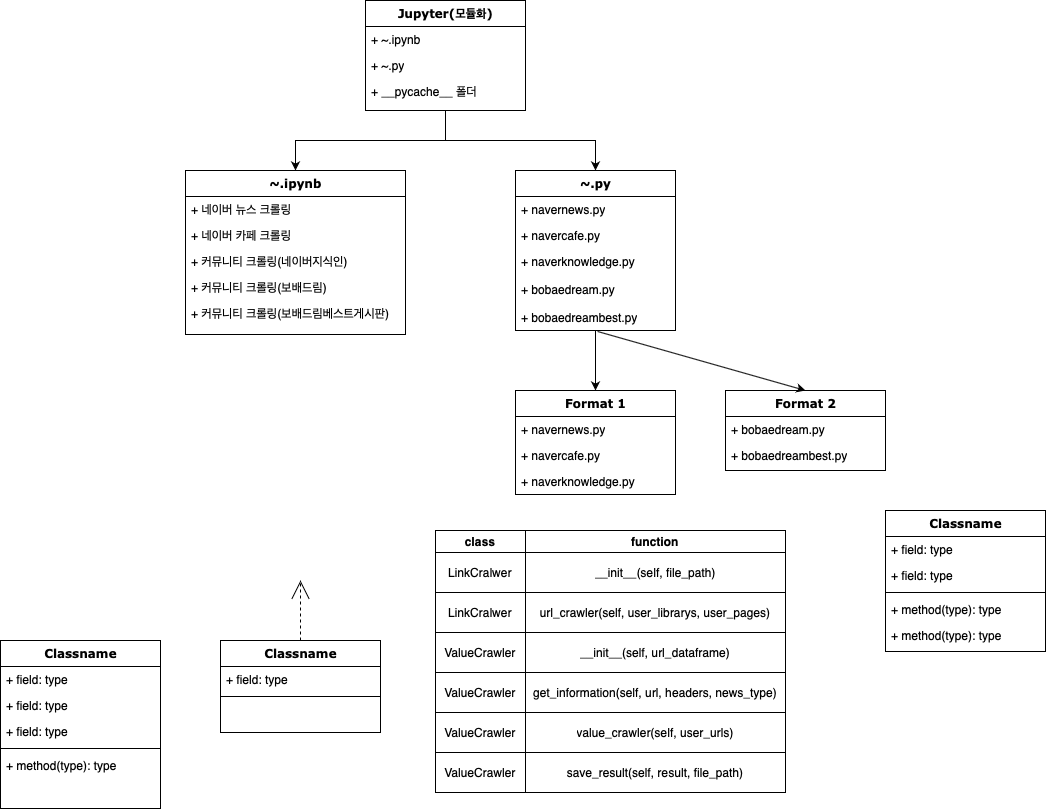
jinwooahnKHU/CrawlingStudy keeps this draw.io diagram as crawling_module_guideline.png. Above is the earlier version. Source tidied: cells renumbered, new cells last; positions are measured from the earlier drawing's top-left corner, leaving out a move shared by most shapes. Source of this version:
```xml
<mxGraphModel>
  <root>
    <mxCell id="0" />
    <mxCell id="1" parent="0" />
    <mxCell id="2" value="Classname" style="swimlane;html=1;fontStyle=1;align=center;verticalAlign=top;horizontal=1;startSize=26;swimlaneFillColor=#ffffff;rounded=0;shadow=0;comic=0;labelBackgroundColor=none;strokeWidth=1;fillColor=none;fontFamily=Verdana;fontSize=12;" parent="1" vertex="1">
      <mxGeometry y="640" width="160" height="168" as="geometry" />
    </mxCell>
    <mxCell id="3" value="+ field: type" style="text;html=1;strokeColor=none;fillColor=none;align=left;verticalAlign=top;spacingLeft=4;spacingRight=4;whiteSpace=wrap;overflow=hidden;" parent="2" vertex="1">
      <mxGeometry y="26" width="160" height="26" as="geometry" />
    </mxCell>
    <mxCell id="4" value="+ field: type" style="text;html=1;strokeColor=none;fillColor=none;align=left;verticalAlign=top;spacingLeft=4;spacingRight=4;whiteSpace=wrap;overflow=hidden;" parent="2" vertex="1">
      <mxGeometry y="52" width="160" height="26" as="geometry" />
    </mxCell>
    <mxCell id="5" value="+ field: type" style="text;html=1;strokeColor=none;fillColor=none;align=left;verticalAlign=top;spacingLeft=4;spacingRight=4;whiteSpace=wrap;overflow=hidden;" parent="2" vertex="1">
      <mxGeometry y="78" width="160" height="26" as="geometry" />
    </mxCell>
    <mxCell id="6" style="line;html=1;strokeWidth=1;fillColor=none;align=left;verticalAlign=middle;spacingTop=-1;spacingLeft=3;spacingRight=3;labelPosition=right;" parent="2" vertex="1">
      <mxGeometry y="104" width="160" height="8" as="geometry" />
    </mxCell>
    <mxCell id="7" value="+ method(type): type" style="text;html=1;strokeColor=none;fillColor=none;align=left;verticalAlign=top;spacingLeft=4;spacingRight=4;whiteSpace=wrap;overflow=hidden;" parent="2" vertex="1">
      <mxGeometry y="112" width="160" height="26" as="geometry" />
    </mxCell>
    <mxCell id="8" value="~.ipynb" style="swimlane;html=1;fontStyle=1;align=center;verticalAlign=top;horizontal=1;startSize=26;swimlaneFillColor=#ffffff;rounded=0;shadow=0;comic=0;labelBackgroundColor=none;strokeWidth=1;fillColor=none;fontFamily=Verdana;fontSize=12;" parent="1" vertex="1">
      <mxGeometry x="185" y="170" width="220" height="164" as="geometry" />
    </mxCell>
    <mxCell id="9" value="+ 네이버 뉴스 크롤링" style="text;html=1;strokeColor=none;fillColor=none;align=left;verticalAlign=top;spacingLeft=4;spacingRight=4;whiteSpace=wrap;overflow=hidden;" parent="8" vertex="1">
      <mxGeometry y="26" width="220" height="26" as="geometry" />
    </mxCell>
    <mxCell id="10" value="+ 네이버 카페 크롤링" style="text;html=1;strokeColor=none;fillColor=none;align=left;verticalAlign=top;spacingLeft=4;spacingRight=4;whiteSpace=wrap;overflow=hidden;" parent="8" vertex="1">
      <mxGeometry y="52" width="220" height="26" as="geometry" />
    </mxCell>
    <mxCell id="11" value="+ 커뮤니티 크롤링(네이버지식인)" style="text;html=1;strokeColor=none;fillColor=none;align=left;verticalAlign=top;spacingLeft=4;spacingRight=4;whiteSpace=wrap;overflow=hidden;" parent="8" vertex="1">
      <mxGeometry y="78" width="220" height="26" as="geometry" />
    </mxCell>
    <mxCell id="12" value="+ 커뮤니티 크롤링(보배드림)" style="text;html=1;strokeColor=none;fillColor=none;align=left;verticalAlign=top;spacingLeft=4;spacingRight=4;whiteSpace=wrap;overflow=hidden;" parent="8" vertex="1">
      <mxGeometry y="104" width="220" height="26" as="geometry" />
    </mxCell>
    <mxCell id="13" value="+ 커뮤니티 크롤링(보배드림베스트게시판)" style="text;html=1;strokeColor=none;fillColor=none;align=left;verticalAlign=top;spacingLeft=4;spacingRight=4;whiteSpace=wrap;overflow=hidden;" parent="8" vertex="1">
      <mxGeometry y="130" width="220" height="26" as="geometry" />
    </mxCell>
    <mxCell id="14" style="edgeStyle=orthogonalEdgeStyle;rounded=0;html=1;dashed=1;labelBackgroundColor=none;startArrow=none;startFill=0;startSize=8;endArrow=open;endFill=0;endSize=16;fontFamily=Verdana;fontSize=12;" parent="1" edge="1" source="15">
      <mxGeometry relative="1" as="geometry">
        <mxPoint x="300" y="580" as="targetPoint" />
      </mxGeometry>
    </mxCell>
    <mxCell id="15" value="Classname" style="swimlane;html=1;fontStyle=1;align=center;verticalAlign=top;horizontal=1;startSize=26;swimlaneFillColor=#ffffff;rounded=0;shadow=0;comic=0;labelBackgroundColor=none;strokeWidth=1;fillColor=none;fontFamily=Verdana;fontSize=12;" parent="1" vertex="1">
      <mxGeometry x="220" y="640" width="160" height="92" as="geometry" />
    </mxCell>
    <mxCell id="16" value="+ field: type" style="text;html=1;strokeColor=none;fillColor=none;align=left;verticalAlign=top;spacingLeft=4;spacingRight=4;whiteSpace=wrap;overflow=hidden;" parent="15" vertex="1">
      <mxGeometry y="26" width="160" height="26" as="geometry" />
    </mxCell>
    <mxCell id="17" style="line;html=1;strokeWidth=1;fillColor=none;align=left;verticalAlign=middle;spacingTop=-1;spacingLeft=3;spacingRight=3;labelPosition=right;" parent="15" vertex="1">
      <mxGeometry y="52" width="160" height="8" as="geometry" />
    </mxCell>
    <mxCell id="18" value="Classname" style="swimlane;html=1;fontStyle=1;align=center;verticalAlign=top;horizontal=1;startSize=26;swimlaneFillColor=#ffffff;rounded=0;shadow=0;comic=0;labelBackgroundColor=none;strokeWidth=1;fillColor=none;fontFamily=Verdana;fontSize=12;" parent="1" vertex="1">
      <mxGeometry x="885" y="510" width="160" height="141" as="geometry" />
    </mxCell>
    <mxCell id="19" value="+ field: type" style="text;html=1;strokeColor=none;fillColor=none;align=left;verticalAlign=top;spacingLeft=4;spacingRight=4;whiteSpace=wrap;overflow=hidden;" parent="18" vertex="1">
      <mxGeometry y="26" width="160" height="26" as="geometry" />
    </mxCell>
    <mxCell id="20" value="+ field: type" style="text;html=1;strokeColor=none;fillColor=none;align=left;verticalAlign=top;spacingLeft=4;spacingRight=4;whiteSpace=wrap;overflow=hidden;" parent="18" vertex="1">
      <mxGeometry y="52" width="160" height="26" as="geometry" />
    </mxCell>
    <mxCell id="21" style="line;html=1;strokeWidth=1;fillColor=none;align=left;verticalAlign=middle;spacingTop=-1;spacingLeft=3;spacingRight=3;labelPosition=right;" parent="18" vertex="1">
      <mxGeometry y="78" width="160" height="8" as="geometry" />
    </mxCell>
    <mxCell id="22" value="+ method(type): type" style="text;html=1;strokeColor=none;fillColor=none;align=left;verticalAlign=top;spacingLeft=4;spacingRight=4;whiteSpace=wrap;overflow=hidden;" parent="18" vertex="1">
      <mxGeometry y="86" width="160" height="26" as="geometry" />
    </mxCell>
    <mxCell id="23" value="+ method(type): type" style="text;html=1;strokeColor=none;fillColor=none;align=left;verticalAlign=top;spacingLeft=4;spacingRight=4;whiteSpace=wrap;overflow=hidden;" parent="18" vertex="1">
      <mxGeometry y="112" width="160" height="26" as="geometry" />
    </mxCell>
    <mxCell id="24" value="Format 1" style="swimlane;html=1;fontStyle=1;align=center;verticalAlign=top;horizontal=1;startSize=26;swimlaneFillColor=#ffffff;rounded=0;shadow=0;comic=0;labelBackgroundColor=none;strokeWidth=1;fillColor=none;fontFamily=Verdana;fontSize=12;" parent="1" vertex="1">
      <mxGeometry x="515" y="390" width="160" height="104" as="geometry" />
    </mxCell>
    <mxCell id="25" value="+ navernews.py" style="text;html=1;strokeColor=none;fillColor=none;align=left;verticalAlign=top;spacingLeft=4;spacingRight=4;whiteSpace=wrap;overflow=hidden;" parent="24" vertex="1">
      <mxGeometry y="26" width="160" height="26" as="geometry" />
    </mxCell>
    <mxCell id="26" value="+ navercafe.py&lt;br&gt;&lt;br&gt;" style="text;html=1;strokeColor=none;fillColor=none;align=left;verticalAlign=top;spacingLeft=4;spacingRight=4;whiteSpace=wrap;overflow=hidden;" parent="24" vertex="1">
      <mxGeometry y="52" width="160" height="26" as="geometry" />
    </mxCell>
    <mxCell id="27" value="+ naverknowledge.py" style="text;html=1;strokeColor=none;fillColor=none;align=left;verticalAlign=top;spacingLeft=4;spacingRight=4;whiteSpace=wrap;overflow=hidden;" parent="24" vertex="1">
      <mxGeometry y="78" width="160" height="26" as="geometry" />
    </mxCell>
    <mxCell id="28" value="~.py" style="swimlane;html=1;fontStyle=1;align=center;verticalAlign=top;horizontal=1;startSize=26;swimlaneFillColor=#ffffff;rounded=0;shadow=0;comic=0;labelBackgroundColor=none;strokeWidth=1;fillColor=none;fontFamily=Verdana;fontSize=12;" parent="1" vertex="1">
      <mxGeometry x="515" y="170" width="160" height="160" as="geometry" />
    </mxCell>
    <mxCell id="29" value="+ navernews.py" style="text;html=1;strokeColor=none;fillColor=none;align=left;verticalAlign=top;spacingLeft=4;spacingRight=4;whiteSpace=wrap;overflow=hidden;" parent="28" vertex="1">
      <mxGeometry y="26" width="160" height="26" as="geometry" />
    </mxCell>
    <mxCell id="30" value="+ navercafe.py&lt;br&gt;" style="text;html=1;strokeColor=none;fillColor=none;align=left;verticalAlign=top;spacingLeft=4;spacingRight=4;whiteSpace=wrap;overflow=hidden;" parent="28" vertex="1">
      <mxGeometry y="52" width="160" height="26" as="geometry" />
    </mxCell>
    <mxCell id="31" value="+ naverknowledge.py&lt;br&gt;&lt;br&gt;+ bobaedream.py&lt;br&gt;&lt;br&gt;+ bobaedreambest.py" style="text;html=1;strokeColor=none;fillColor=none;align=left;verticalAlign=top;spacingLeft=4;spacingRight=4;whiteSpace=wrap;overflow=hidden;points=[[0,0.5],[1,0.5]];portConstraint=eastwest;" parent="28" vertex="1">
      <mxGeometry y="78" width="160" height="82" as="geometry" />
    </mxCell>
    <mxCell id="32" style="edgeStyle=orthogonalEdgeStyle;rounded=0;jettySize=auto;html=1;exitX=0.5;exitY=1;exitDx=0;exitDy=0;entryX=0.5;entryY=0;entryDx=0;entryDy=0;" parent="1" edge="1" source="34" target="8">
      <mxGeometry relative="1" as="geometry" />
    </mxCell>
    <mxCell id="33" style="edgeStyle=orthogonalEdgeStyle;rounded=0;jettySize=auto;html=1;exitX=0.5;exitY=1;exitDx=0;exitDy=0;entryX=0.5;entryY=0;entryDx=0;entryDy=0;" parent="1" edge="1" source="34" target="28">
      <mxGeometry relative="1" as="geometry" />
    </mxCell>
    <mxCell id="34" value="&lt;span style=&quot;background-color: rgb(255 , 255 , 255)&quot;&gt;Jupyter(모듈화)&lt;/span&gt;" style="swimlane;html=1;fontStyle=1;align=center;verticalAlign=top;horizontal=1;startSize=26;swimlaneFillColor=#ffffff;rounded=0;shadow=0;comic=0;labelBackgroundColor=none;strokeWidth=1;fillColor=none;fontFamily=Verdana;fontSize=12;" parent="1" vertex="1">
      <mxGeometry x="365" width="160" height="110" as="geometry" />
    </mxCell>
    <mxCell id="35" value="+ ~.ipynb" style="text;html=1;strokeColor=none;fillColor=none;align=left;verticalAlign=top;spacingLeft=4;spacingRight=4;whiteSpace=wrap;overflow=hidden;" parent="34" vertex="1">
      <mxGeometry y="26" width="160" height="26" as="geometry" />
    </mxCell>
    <mxCell id="36" value="+ ~.py" style="text;html=1;strokeColor=none;fillColor=none;align=left;verticalAlign=top;spacingLeft=4;spacingRight=4;whiteSpace=wrap;overflow=hidden;" parent="34" vertex="1">
      <mxGeometry y="52" width="160" height="26" as="geometry" />
    </mxCell>
    <mxCell id="37" value="+ __pycache__ 폴더" style="text;html=1;strokeColor=none;fillColor=none;align=left;verticalAlign=top;spacingLeft=4;spacingRight=4;whiteSpace=wrap;overflow=hidden;" parent="34" vertex="1">
      <mxGeometry y="78" width="160" height="26" as="geometry" />
    </mxCell>
    <mxCell id="38" value="Format 2" style="swimlane;html=1;fontStyle=1;align=center;verticalAlign=top;horizontal=1;startSize=26;swimlaneFillColor=#ffffff;rounded=0;shadow=0;comic=0;labelBackgroundColor=none;strokeWidth=1;fillColor=none;fontFamily=Verdana;fontSize=12;" parent="1" vertex="1">
      <mxGeometry x="725" y="390" width="160" height="80" as="geometry" />
    </mxCell>
    <mxCell id="39" value="+ bobaedream.py" style="text;html=1;strokeColor=none;fillColor=none;align=left;verticalAlign=top;spacingLeft=4;spacingRight=4;whiteSpace=wrap;overflow=hidden;" parent="38" vertex="1">
      <mxGeometry y="26" width="160" height="26" as="geometry" />
    </mxCell>
    <mxCell id="40" value="+&amp;nbsp;bobaedreambest.py" style="text;html=1;strokeColor=none;fillColor=none;align=left;verticalAlign=top;spacingLeft=4;spacingRight=4;whiteSpace=wrap;overflow=hidden;" parent="38" vertex="1">
      <mxGeometry y="52" width="160" height="26" as="geometry" />
    </mxCell>
    <mxCell id="41" style="endArrow=classic;html=1;entryX=0.5;entryY=0;entryDx=0;entryDy=0;" parent="1" edge="1" target="24">
      <mxGeometry relative="1" as="geometry">
        <mxPoint x="595" y="330" as="sourcePoint" />
      </mxGeometry>
    </mxCell>
    <mxCell id="42" style="endArrow=classic;html=1;entryX=0.5;entryY=0;entryDx=0;entryDy=0;exitX=0.513;exitY=1.012;exitDx=0;exitDy=0;exitPerimeter=0;" parent="1" edge="1" source="31" target="38">
      <mxGeometry relative="1" as="geometry" />
    </mxCell>
    <mxCell id="43" style="shape=table;startSize=0;" parent="1" vertex="1">
      <mxGeometry x="435" y="530" width="350" height="262" as="geometry" />
    </mxCell>
    <mxCell id="44" style="shape=partialRectangle;fillColor=none;top=0;left=0;bottom=0;right=0;" parent="43" vertex="1">
      <mxGeometry width="350" height="22" as="geometry" />
    </mxCell>
    <mxCell id="45" value="&lt;b&gt;class&lt;/b&gt;" style="shape=partialRectangle;html=1;whiteSpace=wrap;overflow=hidden;fillColor=none;top=0;left=0;bottom=0;right=0;" parent="44" vertex="1">
      <mxGeometry width="90" height="22" as="geometry" />
    </mxCell>
    <mxCell id="46" value="&lt;b&gt;function&lt;/b&gt;" style="shape=partialRectangle;html=1;whiteSpace=wrap;overflow=hidden;fillColor=none;top=0;left=0;bottom=0;right=0;" parent="44" vertex="1">
      <mxGeometry x="90" width="260" height="22" as="geometry" />
    </mxCell>
    <mxCell id="47" style="shape=partialRectangle;fillColor=none;top=0;left=0;bottom=0;right=0;" parent="43" vertex="1">
      <mxGeometry y="22" width="350" height="40" as="geometry" />
    </mxCell>
    <mxCell id="48" value="LinkCralwer" style="shape=partialRectangle;html=1;whiteSpace=wrap;overflow=hidden;fillColor=none;top=0;left=0;bottom=0;right=0;" parent="47" vertex="1">
      <mxGeometry width="90" height="40" as="geometry" />
    </mxCell>
    <mxCell id="49" value="__init__(self, file_path)" style="shape=partialRectangle;html=1;whiteSpace=wrap;overflow=hidden;fillColor=none;top=0;left=0;bottom=0;right=0;" parent="47" vertex="1">
      <mxGeometry x="90" width="260" height="40" as="geometry" />
    </mxCell>
    <mxCell id="50" style="shape=partialRectangle;fillColor=none;top=0;left=0;bottom=0;right=0;" parent="43" vertex="1">
      <mxGeometry y="62" width="350" height="40" as="geometry" />
    </mxCell>
    <mxCell id="51" value="LinkCralwer" style="shape=partialRectangle;html=1;whiteSpace=wrap;overflow=hidden;fillColor=none;top=0;left=0;bottom=0;right=0;" parent="50" vertex="1">
      <mxGeometry width="90" height="40" as="geometry" />
    </mxCell>
    <mxCell id="52" value="url_crawler(self, user_librarys, user_pages)" style="shape=partialRectangle;html=1;whiteSpace=wrap;overflow=hidden;fillColor=none;top=0;left=0;bottom=0;right=0;" parent="50" vertex="1">
      <mxGeometry x="90" width="260" height="40" as="geometry" />
    </mxCell>
    <mxCell id="53" style="shape=partialRectangle;fillColor=none;top=0;left=0;bottom=0;right=0;" parent="43" vertex="1">
      <mxGeometry y="102" width="350" height="40" as="geometry" />
    </mxCell>
    <mxCell id="54" value="ValueCrawler" style="shape=partialRectangle;html=1;whiteSpace=wrap;overflow=hidden;fillColor=none;top=0;left=0;bottom=0;right=0;" parent="53" vertex="1">
      <mxGeometry width="90" height="40" as="geometry" />
    </mxCell>
    <mxCell id="55" value="__init__(self, url_dataframe)" style="shape=partialRectangle;html=1;whiteSpace=wrap;overflow=hidden;fillColor=none;top=0;left=0;bottom=0;right=0;" parent="53" vertex="1">
      <mxGeometry x="90" width="260" height="40" as="geometry" />
    </mxCell>
    <mxCell id="56" style="shape=partialRectangle;fillColor=none;top=0;left=0;bottom=0;right=0;" parent="43" vertex="1">
      <mxGeometry y="142" width="350" height="40" as="geometry" />
    </mxCell>
    <mxCell id="57" value="ValueCrawler" style="shape=partialRectangle;html=1;whiteSpace=wrap;overflow=hidden;fillColor=none;top=0;left=0;bottom=0;right=0;" parent="56" vertex="1">
      <mxGeometry width="90" height="40" as="geometry" />
    </mxCell>
    <mxCell id="58" value="get_information(self, url, headers, news_type)" style="shape=partialRectangle;html=1;whiteSpace=wrap;overflow=hidden;fillColor=none;top=0;left=0;bottom=0;right=0;" parent="56" vertex="1">
      <mxGeometry x="90" width="260" height="40" as="geometry" />
    </mxCell>
    <mxCell id="59" style="shape=partialRectangle;fillColor=none;top=0;left=0;bottom=0;right=0;" parent="43" vertex="1">
      <mxGeometry y="182" width="350" height="40" as="geometry" />
    </mxCell>
    <mxCell id="60" value="&lt;span&gt;ValueCrawler&lt;/span&gt;" style="shape=partialRectangle;html=1;whiteSpace=wrap;overflow=hidden;fillColor=none;top=0;left=0;bottom=0;right=0;" parent="59" vertex="1">
      <mxGeometry width="90" height="40" as="geometry" />
    </mxCell>
    <mxCell id="61" value="value_crawler(self, user_urls)" style="shape=partialRectangle;html=1;whiteSpace=wrap;overflow=hidden;fillColor=none;top=0;left=0;bottom=0;right=0;" parent="59" vertex="1">
      <mxGeometry x="90" width="260" height="40" as="geometry" />
    </mxCell>
    <mxCell id="62" style="shape=partialRectangle;fillColor=none;top=0;left=0;bottom=0;right=0;" parent="43" vertex="1">
      <mxGeometry y="222" width="350" height="40" as="geometry" />
    </mxCell>
    <mxCell id="63" value="&lt;span&gt;ValueCrawler&lt;/span&gt;" style="shape=partialRectangle;html=1;whiteSpace=wrap;overflow=hidden;fillColor=none;top=0;left=0;bottom=0;right=0;" parent="62" vertex="1">
      <mxGeometry width="90" height="40" as="geometry" />
    </mxCell>
    <mxCell id="64" value="save_result(self, result, file_path)" style="shape=partialRectangle;html=1;whiteSpace=wrap;overflow=hidden;fillColor=none;top=0;left=0;bottom=0;right=0;" parent="62" vertex="1">
      <mxGeometry x="90" width="260" height="40" as="geometry" />
    </mxCell>
  </root>
</mxGraphModel>
```
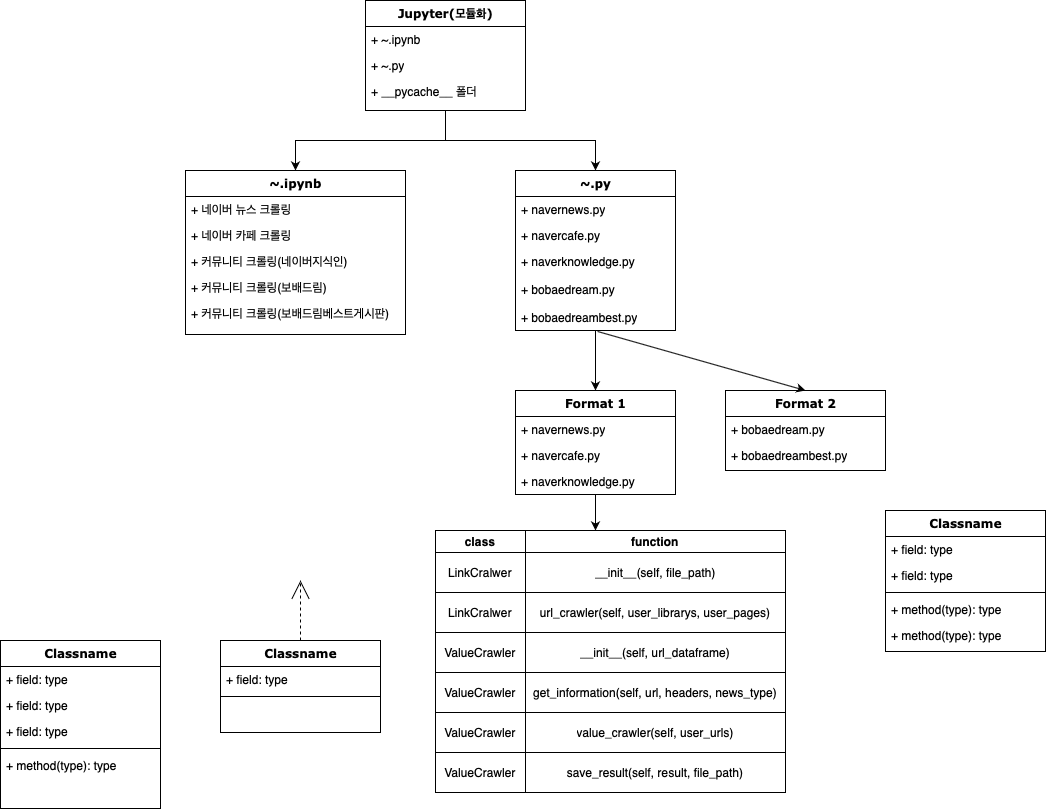
The same file after the commit.

What changed in the source:
```diff
@@ -195,5 +195,11 @@
     <mxCell id="64" value="save_result(self, result, file_path)" style="shape=partialRectangle;html=1;whiteSpace=wrap;overflow=hidden;fillColor=none;top=0;left=0;bottom=0;right=0;" parent="62" vertex="1">
       <mxGeometry x="90" width="260" height="40" as="geometry" />
     </mxCell>
+    <mxCell id="65" style="endArrow=classic;html=1;" parent="1" edge="1">
+      <mxGeometry relative="1" as="geometry">
+        <mxPoint x="595" y="494" as="sourcePoint" />
+        <mxPoint x="595" y="530" as="targetPoint" />
+      </mxGeometry>
+    </mxCell>
   </root>
 </mxGraphModel>
```
